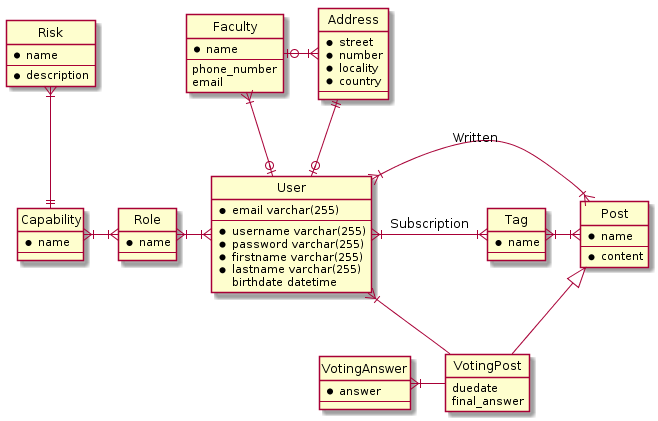
Earlier version of the PlantUML export out/uml/database_schema/db_mdl.png (LeGroupeDeFer/infom114_LaboMDL).
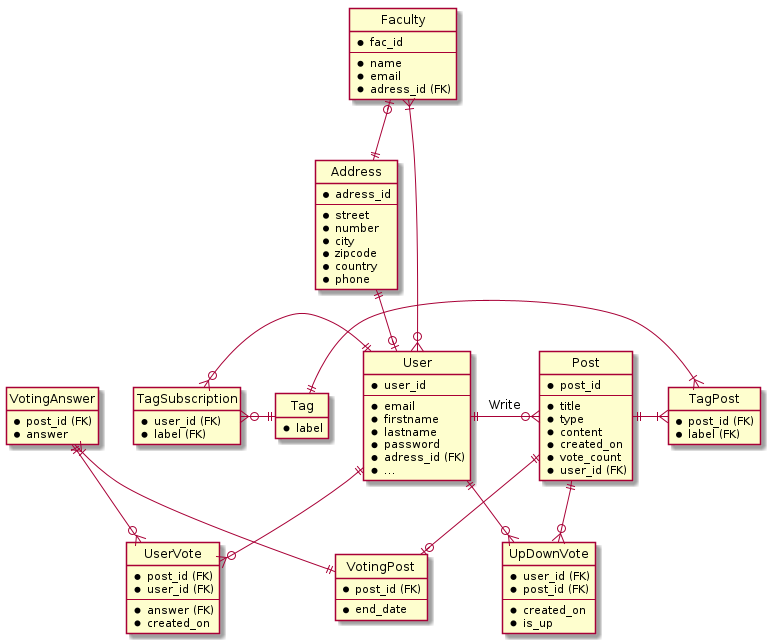
After the change.

Commit message:
Update database schema

Diff of the diagram source:
```diff
@@ -9,84 +9,110 @@
 
 
 entity User {
-  * email varchar(255)
+  * user_id
   --
-  * username varchar(255)
-  * password varchar(255)
-  * firstname varchar(255)
-  * lastname varchar(255)
-  birthdate datetime
+  * email
+  * firstname
+  * lastname
+  * password
+  * adress_id (FK)
+  * ...
 }
 
 entity Address {
+  * adress_id
+  --
   * street
   * number
-  * locality
+  * city
+  * zipcode
   * country
-  --
+  * phone
 }
 
 
 
+entity UpDownVote {
+  * user_id (FK)
+  * post_id (FK)
+  --
+  * created_on
+  * is_up
+}
+
+entity TagSubscription{
+  * user_id (FK)
+  * label (FK)
+}
+
 entity Tag {
-  * name
-  --
+  * label
 }
 
 entity Post {
-  * name
+  * post_id
   --
+  * title
+  * type
   * content
+  * created_on
+  * vote_count
+  * user_id (FK)
 }
 
-entity Role {
-  * name
+
+entity VotingPost {
+  * post_id (FK)
   --
+  * end_date
 }
 
-entity Capability {
-  * name
-  --
+entity TagPost {
+    * post_id (FK)
+    * label (FK)
 }
 
-entity Risk {
-  * name
+entity UserVote {
+  * post_id (FK)
+  * user_id (FK)
   --
-  * description
+  * answer (FK)
+  * created_on
 }
 
-entity VotingPost {
-  duedate
-  final_answer
-}
-
-entity VotingAnswer {
+entity VotingAnswer{
+  * post_id (FK)
   * answer
-  --
 }
 
 entity Faculty  {
+  * fac_id
+  --
   * name
-  --
-  phone_number
-  email
+  * email
+  * adress_id (FK)
 }
 
 Address ||--o| User
-Tag }|-|{ Post
 
-Faculty }|--o| User
-Faculty |o-|{ Address
 
-Risk }|--|| Capability
-Capability }|-|{ Role
-Role }|-|{ User
+Faculty }|--o{ User
+Faculty |o--|| Address
 
-User }|-|{ Tag : Subscription
-User }|-|{ Post : Written
 
-Post <|-- VotingPost
-VotingAnswer }|- VotingPost
-User }|- VotingPost
+User ||-o{ Post : Write
+User ||--o{ UpDownVote
+Post ||--o{ UpDownVote
 
+Post ||--o| VotingPost
+VotingAnswer}|-|| VotingPost
+
+User  ||--o{ UserVote
+VotingAnswer ||--o{  UserVote
+
+TagSubscription }o-|| User
+TagSubscription }o-|| Tag
+
+Tag  ||-|{  TagPost
+Post ||-|{  TagPost
 @enduml
```
